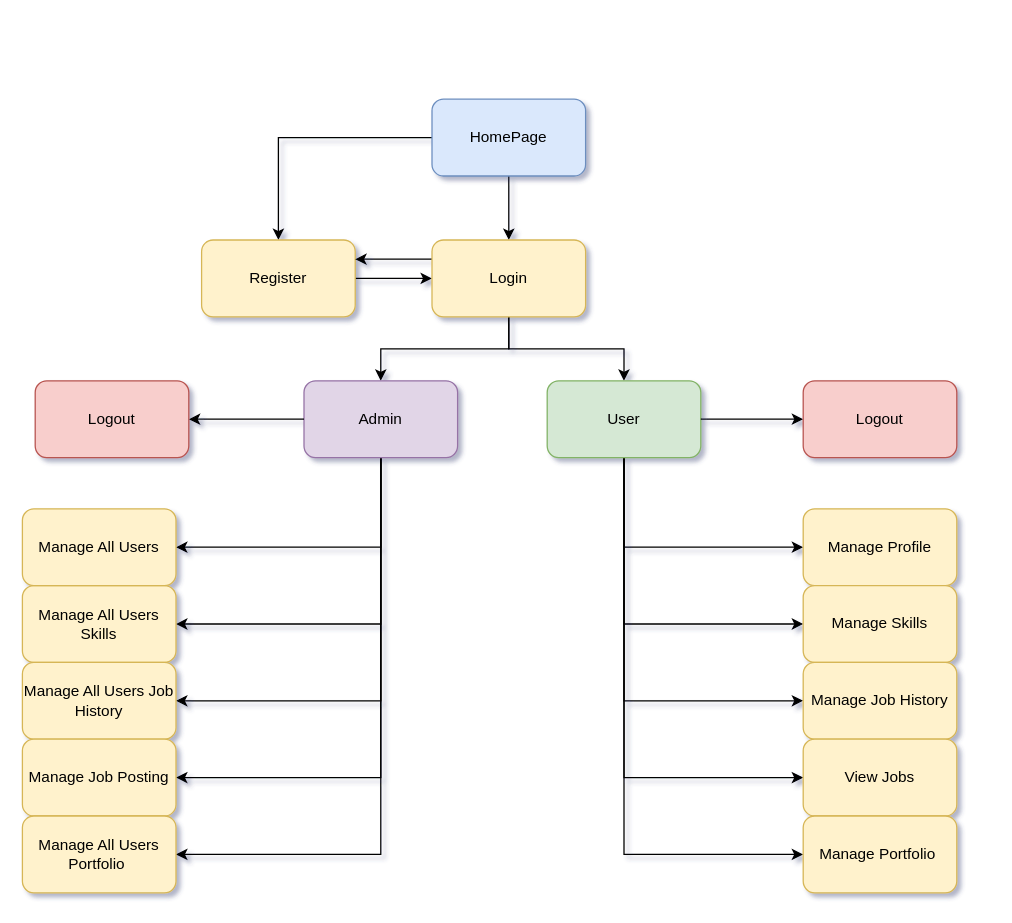
RSteinebrunner/LaravelProject keeps this draw.io diagram as Documentation/Diagrams/Sitemap.drawio. Above is the earlier version. Source tidied: cells renumbered, new cells numbered last; positions are measured from the earlier drawing's top-left corner, leaving out a move shared by most shapes. Both pictures are drawn from the tidied source at 128%, with x=0, y=0 at pixel (22, 99).
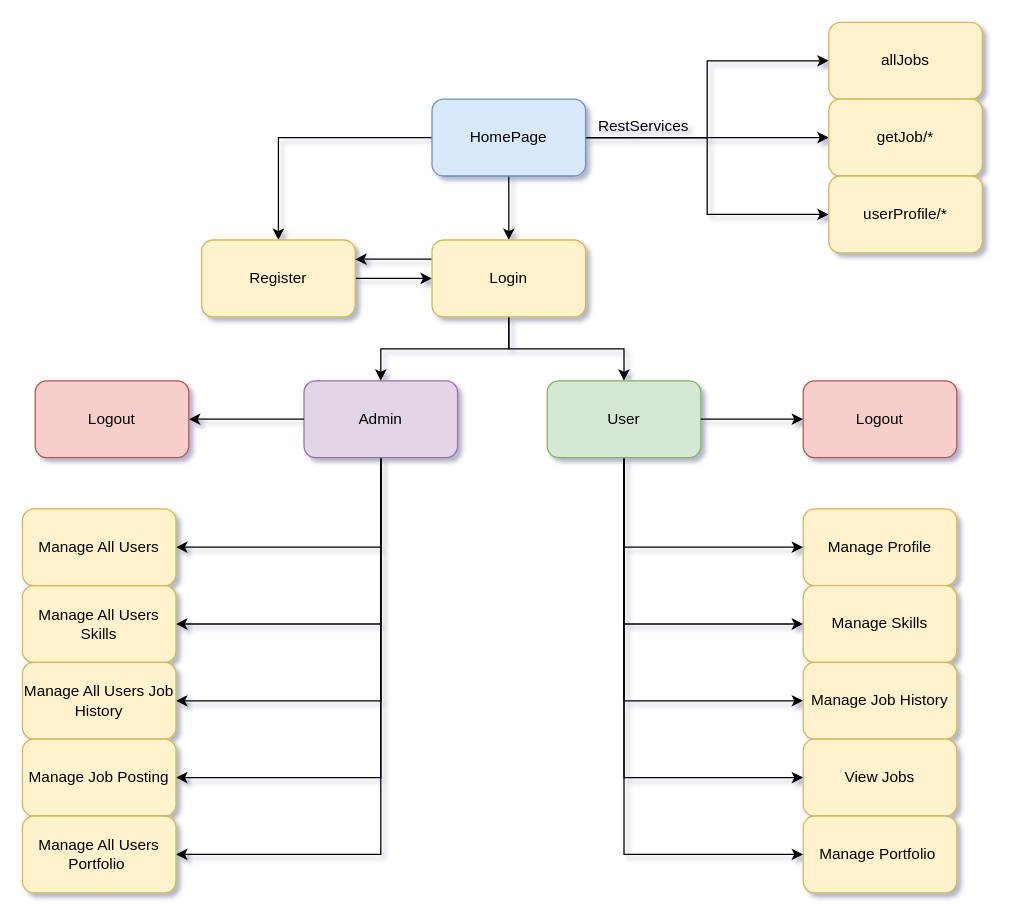
The same diagram, later.

The change refers to these unchanged cells:
```xml
<mxCell id="4" value="HomePage" style="rounded=1;whiteSpace=wrap;html=1;fillColor=#dae8fc;strokeColor=#6c8ebf;" parent="1" vertex="1">
  <mxGeometry x="320" width="120" height="60" as="geometry" />
</mxCell>
```

Diff of the diagram source:
```diff
@@
+    <mxCell id="37" style="edgeStyle=orthogonalEdgeStyle;rounded=0;jettySize=auto;html=1;entryX=0;entryY=0.5;entryDx=0;entryDy=0;" parent="1" edge="1" source="4" target="40">
+      <mxGeometry relative="1" as="geometry" />
+    </mxCell>
+    <mxCell id="38" style="edgeStyle=orthogonalEdgeStyle;rounded=0;jettySize=auto;html=1;entryX=0;entryY=0.5;entryDx=0;entryDy=0;" parent="1" edge="1" source="4" target="41">
+      <mxGeometry relative="1" as="geometry" />
+    </mxCell>
+    <mxCell id="39" style="edgeStyle=orthogonalEdgeStyle;rounded=0;jettySize=auto;html=1;entryX=0;entryY=0.5;entryDx=0;entryDy=0;" parent="1" edge="1" source="4" target="42">
+      <mxGeometry relative="1" as="geometry" />
+    </mxCell>
@@
+    <mxCell id="40" value="allJobs" style="rounded=1;whiteSpace=wrap;html=1;fillColor=#fff2cc;strokeColor=#d6b656;" parent="1" vertex="1">
+      <mxGeometry x="630" y="-60" width="120" height="60" as="geometry" />
+    </mxCell>
+    <mxCell id="41" value="getJob/*" style="rounded=1;whiteSpace=wrap;html=1;fillColor=#fff2cc;strokeColor=#d6b656;" parent="1" vertex="1">
+      <mxGeometry x="630" width="120" height="60" as="geometry" />
+    </mxCell>
+    <mxCell id="42" value="userProfile/*" style="rounded=1;whiteSpace=wrap;html=1;fillColor=#fff2cc;strokeColor=#d6b656;" parent="1" vertex="1">
+      <mxGeometry x="630" y="60" width="120" height="60" as="geometry" />
+    </mxCell>
+    <mxCell id="43" value="RestServices" style="text;html=1;align=center;verticalAlign=middle;" parent="1" vertex="1">
+      <mxGeometry x="440" y="11" width="90" height="20" as="geometry" />
+    </mxCell>
```
